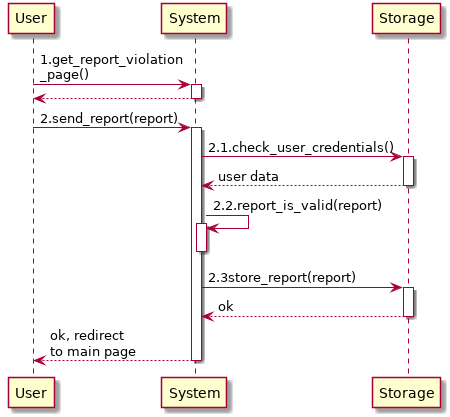
Earlier version of the PlantUML export RASD/images/useCases/creation_of_new_report.png (GiorgioUghini/SafeStreets).
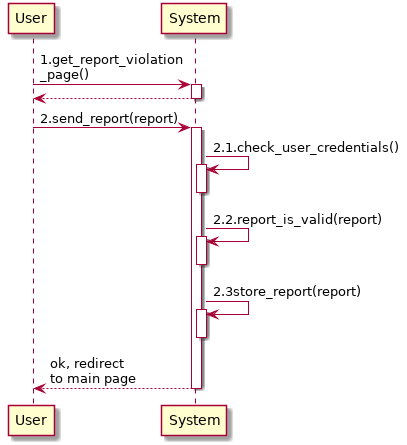
After the change.

Diff of the diagram source:
```diff
@@ -1,18 +1,17 @@
 @startuml creation_of_new_report
     participant User as U
     participant System as S
-    participant Storage as ST
 
     autoactivate on
 
     U -> S: 1.get_report_violation\n_page()
     return
     U -> S: 2.send_report(report)
-    S -> ST: 2.1.check_user_credentials()
-    return user data
+    S -> S: 2.1.check_user_credentials()
+    deactivate S
     S -> S: 2.2.report_is_valid(report)
     deactivate S
-    S -> ST: 2.3store_report(report)
-    return ok
+    S -> S: 2.3store_report(report)
+    deactivate S
     return ok, redirect\nto main page
 @enduml
```
